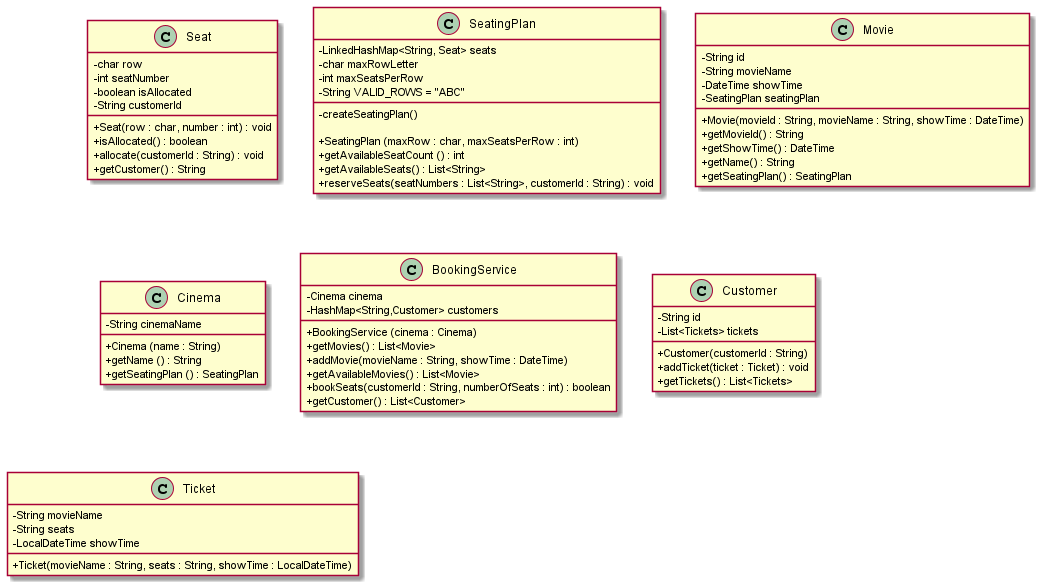
Above: uml/CinnamonCinema.png in probert999/cinnamon-cinema (PlantUML), before the change.
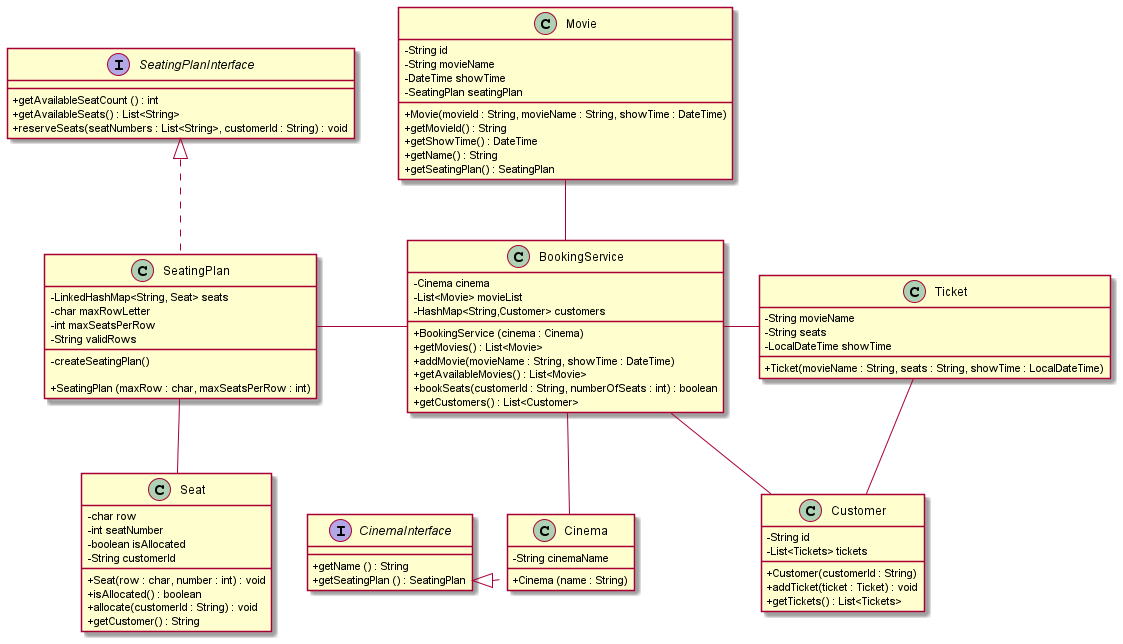
The same diagram one commit later.

Commit message:
Updated readme, uml and minor tidying of code

Change to the diagram source:
```diff
@@ -13,18 +13,21 @@
     + getCustomer() : String
 }
 
-class SeatingPlan {
+interface SeatingPlanInterface {
+    + getAvailableSeatCount () : int
+    + getAvailableSeats() : List<String>
+    + reserveSeats(seatNumbers : List<String>, customerId : String) : void
+}
+
+class SeatingPlan implements SeatingPlanInterface{
     - LinkedHashMap<String, Seat> seats
     - char maxRowLetter
     - int maxSeatsPerRow
-    - String VALID_ROWS = "ABC"
+    - String validRows
 
     - createSeatingPlan()
 
     + SeatingPlan (maxRow : char, maxSeatsPerRow : int)
-    + getAvailableSeatCount () : int
-    + getAvailableSeats() : List<String>
-    + reserveSeats(seatNumbers : List<String>, customerId : String) : void
 }
 
 class Movie {
@@ -40,16 +43,20 @@
     + getSeatingPlan() : SeatingPlan
 }
 
-class Cinema {
-    - String cinemaName
-
-    + Cinema (name : String)
+interface CinemaInterface {
     + getName () : String
     + getSeatingPlan () : SeatingPlan
 }
 
+class Cinema implements CinemaInterface {
+    - String cinemaName
+
+    + Cinema (name : String)
+}
+
 class BookingService {
     - Cinema cinema
+    - List<Movie> movieList
     - HashMap<String,Customer> customers
 
     + BookingService (cinema : Cinema)
@@ -57,7 +64,7 @@
     + addMovie(movieName : String, showTime : DateTime)
     + getAvailableMovies() : List<Movie>
     + bookSeats(customerId : String, numberOfSeats : int) : boolean
-    + getCustomer() : List<Customer>
+    + getCustomers() : List<Customer>
 }
 
 class Customer {
@@ -75,7 +82,14 @@
     - LocalDateTime showTime
 
     + Ticket(movieName : String, seats : String, showTime : LocalDateTime)
-    }
+}
 
-
+BookingService -left- SeatingPlan
+BookingService -up- Movie
+BookingService -down- Cinema
+BookingService -right- Ticket
+BookingService - Customer
+SeatingPlan -down- Seat
+Ticket -down- Customer
+CinemaInterface -right[hidden]- Cinema
 @enduml
```
